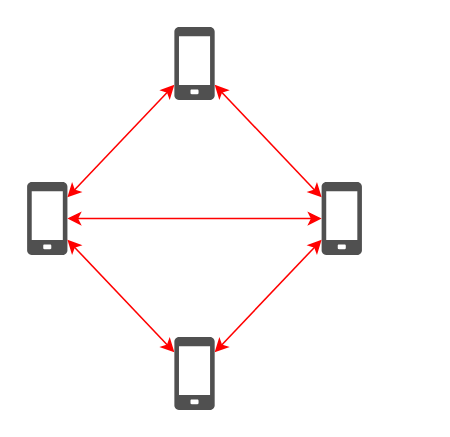
This is diagrams/neighbors.drawio from FilippoVissani/master-thesis-presentation, a draw.io file, before an edit. Source tidied: cells renumbered, new cells numbered last; positions are measured from the earlier drawing's top-left corner, leaving out a move shared by most shapes. Both pictures are drawn from the tidied source at 155%, with x=0, y=0 at pixel (26, 26).
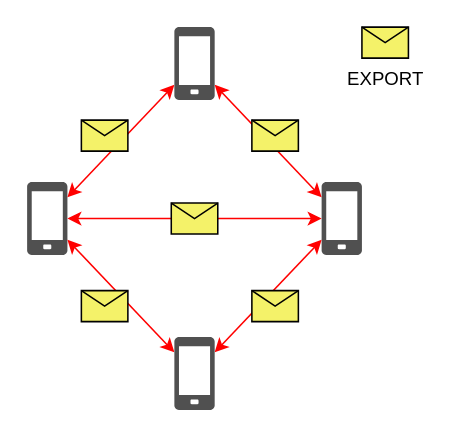
Above is the later version.

The edit, as a diff of the source:
```diff
@@
 <mxGraphModel>
   <root>
     <mxCell id="0" />
     <mxCell id="1" parent="0" />
     <mxCell id="2" style="sketch=0;shadow=0;dashed=0;html=1;strokeColor=none;fillColor=#505050;labelPosition=center;verticalLabelPosition=bottom;verticalAlign=top;outlineConnect=0;align=center;shape=mxgraph.office.devices.cell_phone_generic;" parent="1" vertex="1">
       <mxGeometry y="100" width="26" height="47" as="geometry" />
     </mxCell>
     <mxCell id="3" style="rounded=0;jettySize=auto;html=1;startArrow=classic;startFill=1;strokeColor=#FF0000;" parent="1" edge="1" source="4" target="2">
       <mxGeometry relative="1" as="geometry" />
     </mxCell>
     <mxCell id="4" style="sketch=0;shadow=0;dashed=0;html=1;strokeColor=none;fillColor=#505050;labelPosition=center;verticalLabelPosition=bottom;verticalAlign=top;outlineConnect=0;align=center;shape=mxgraph.office.devices.cell_phone_generic;" parent="1" vertex="1">
       <mxGeometry x="190" y="100" width="26" height="47" as="geometry" />
     </mxCell>
     <mxCell id="5" style="rounded=0;jettySize=auto;html=1;endArrow=classic;endFill=1;startArrow=classic;startFill=1;strokeColor=#FF0000;" parent="1" edge="1" source="7" target="4">
       <mxGeometry relative="1" as="geometry" />
     </mxCell>
     <mxCell id="6" style="rounded=0;jettySize=auto;html=1;startArrow=classic;startFill=1;strokeColor=#FF0000;" parent="1" edge="1" source="7" target="2">
       <mxGeometry relative="1" as="geometry" />
     </mxCell>
     <mxCell id="7" style="sketch=0;shadow=0;dashed=0;html=1;strokeColor=none;fillColor=#505050;labelPosition=center;verticalLabelPosition=bottom;verticalAlign=top;outlineConnect=0;align=center;shape=mxgraph.office.devices.cell_phone_generic;" parent="1" vertex="1">
       <mxGeometry x="95" y="200" width="26" height="47" as="geometry" />
     </mxCell>
     <mxCell id="8" style="rounded=0;jettySize=auto;html=1;startArrow=classic;startFill=1;strokeColor=#FF0000;" parent="1" edge="1" source="10" target="4">
       <mxGeometry relative="1" as="geometry" />
     </mxCell>
     <mxCell id="9" style="rounded=0;jettySize=auto;html=1;startArrow=classic;startFill=1;strokeColor=#FF0000;" parent="1" edge="1" source="10" target="2">
       <mxGeometry relative="1" as="geometry" />
     </mxCell>
     <mxCell id="10" style="sketch=0;shadow=0;dashed=0;html=1;strokeColor=none;fillColor=#505050;labelPosition=center;verticalLabelPosition=bottom;verticalAlign=top;outlineConnect=0;align=center;shape=mxgraph.office.devices.cell_phone_generic;" parent="1" vertex="1">
       <mxGeometry x="95" width="26" height="47" as="geometry" />
     </mxCell>
+    <mxCell id="11" style="shape=message;html=1;html=1;labelPosition=center;verticalLabelPosition=bottom;align=center;verticalAlign=top;fillColor=#F4F269;" parent="1" vertex="1">
+      <mxGeometry x="145" y="60" width="30" height="20" as="geometry" />
+    </mxCell>
+    <mxCell id="12" style="shape=message;html=1;html=1;labelPosition=center;verticalLabelPosition=bottom;align=center;verticalAlign=top;fillColor=#F4F269;" parent="1" vertex="1">
+      <mxGeometry x="35" y="60" width="30" height="20" as="geometry" />
+    </mxCell>
+    <mxCell id="13" style="shape=message;html=1;html=1;labelPosition=center;verticalLabelPosition=bottom;align=center;verticalAlign=top;fillColor=#F4F269;" parent="1" vertex="1">
+      <mxGeometry x="93" y="113.5" width="30" height="20" as="geometry" />
+    </mxCell>
+    <mxCell id="14" style="shape=message;html=1;html=1;labelPosition=center;verticalLabelPosition=bottom;align=center;verticalAlign=top;fillColor=#F4F269;" parent="1" vertex="1">
+      <mxGeometry x="145" y="170" width="30" height="20" as="geometry" />
+    </mxCell>
+    <mxCell id="15" style="shape=message;html=1;html=1;labelPosition=center;verticalLabelPosition=bottom;align=center;verticalAlign=top;fillColor=#F4F269;" parent="1" vertex="1">
+      <mxGeometry x="35" y="170" width="30" height="20" as="geometry" />
+    </mxCell>
+    <mxCell id="16" value="EXPORT" style="shape=message;html=1;html=1;labelPosition=center;verticalLabelPosition=bottom;align=center;verticalAlign=top;fillColor=#F4F269;" parent="1" vertex="1">
+      <mxGeometry x="216" width="30" height="20" as="geometry" />
+    </mxCell>
   </root>
 </mxGraphModel>
```
